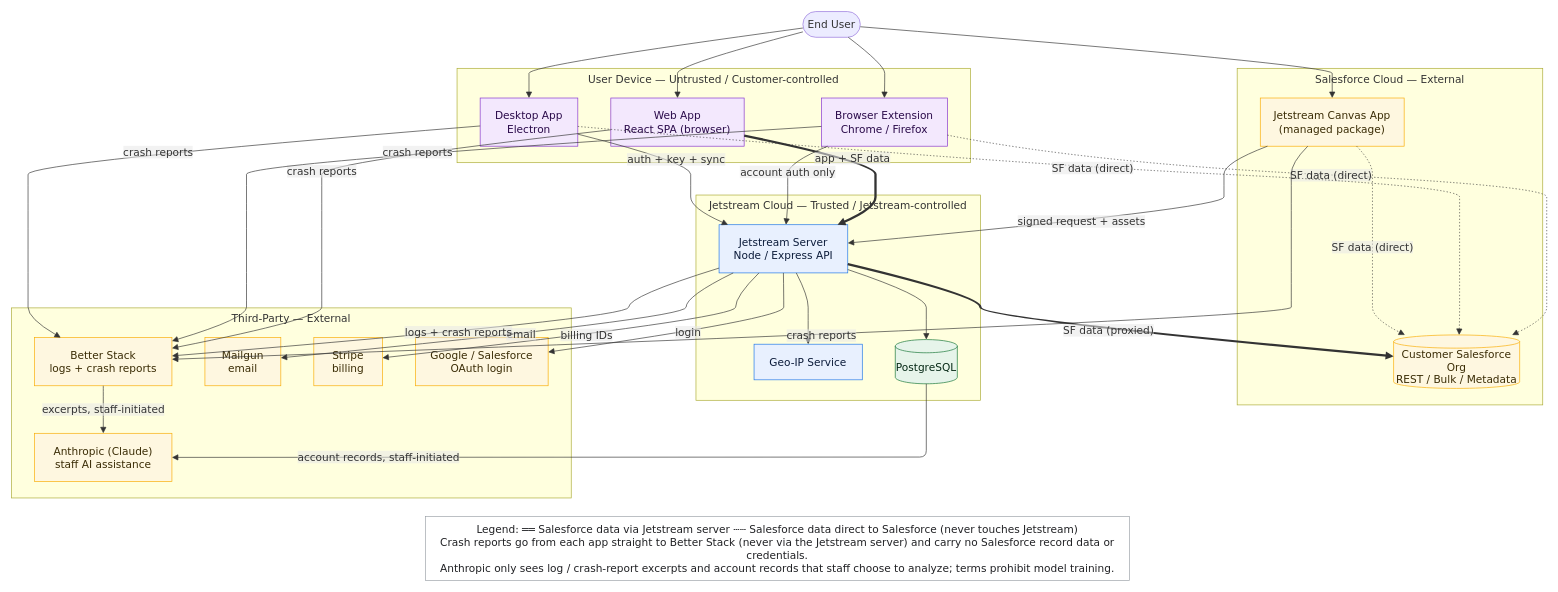
jetstreamapp/jetstream keeps this draw.io diagram as docs/security/data-flow-diagrams/00-system-context.drawio. Above is the earlier version. Source tidied: cells renumbered, new cells numbered last; positions are measured from the earlier drawing's top-left corner, leaving out a move shared by most shapes. Both pictures are drawn from the tidied source at 66%, with x=0, y=0 at pixel (11, 11).
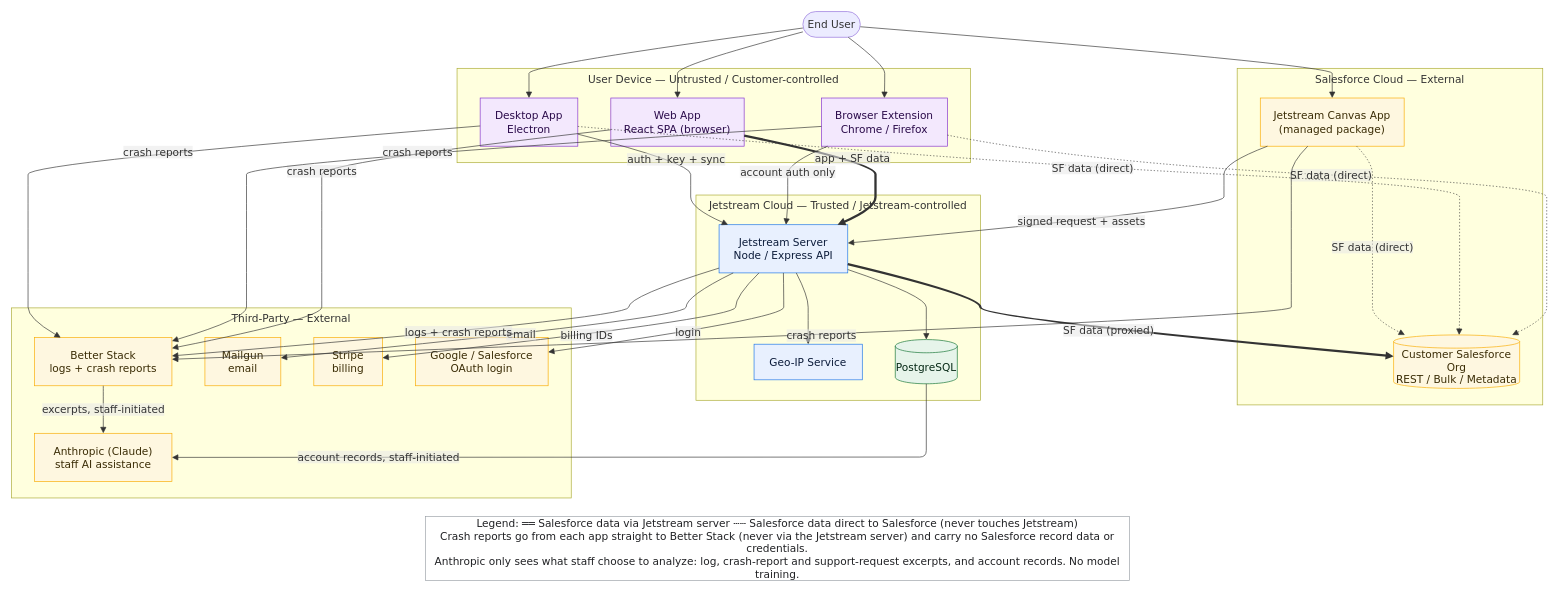
Above is the later version.

Commit message (it also covers changes not shown here):
docs(security): split out Anthropic inputs and note disabled crash reporting

The edit, as a diff of the source:
```diff
@@
-    <mxCell id="23" value="Legend: ══ Salesforce data via Jetstream server ┄┄ Salesforce data direct to Salesforce (never touches Jetstream)&#10;Crash reports go from each app straight to Better Stack (never via the Jetstream server) and carry no Salesforce record data or credentials.&#10;Anthropic only sees log / crash-report excerpts and account records that staff choose to analyze; terms prohibit model training." style="html=1;whiteSpace=wrap;strokeWidth=1;fillColor=default;strokeColor=#9aa0a6;fontColor=#202124;fontFamily=Trebuchet MS,Verdana,Arial,sans-serif;fontSize=16;" parent="1" vertex="1">
+    <mxCell id="23" value="Legend: ══ Salesforce data via Jetstream server ┄┄ Salesforce data direct to Salesforce (never touches Jetstream)&#10;Crash reports go from each app straight to Better Stack (never via the Jetstream server) and carry no Salesforce record data or credentials.&#10;Anthropic only sees what staff choose to analyze: log, crash-report and support-request excerpts, and account records. No model training." style="html=1;whiteSpace=wrap;strokeWidth=1;fillColor=default;strokeColor=#9aa0a6;fontColor=#202124;fontFamily=Trebuchet MS,Verdana,Arial,sans-serif;fontSize=16;" parent="1" vertex="1">
       <mxGeometry x="627" y="765" width="1067" height="97" as="geometry" />
     </mxCell>
```
